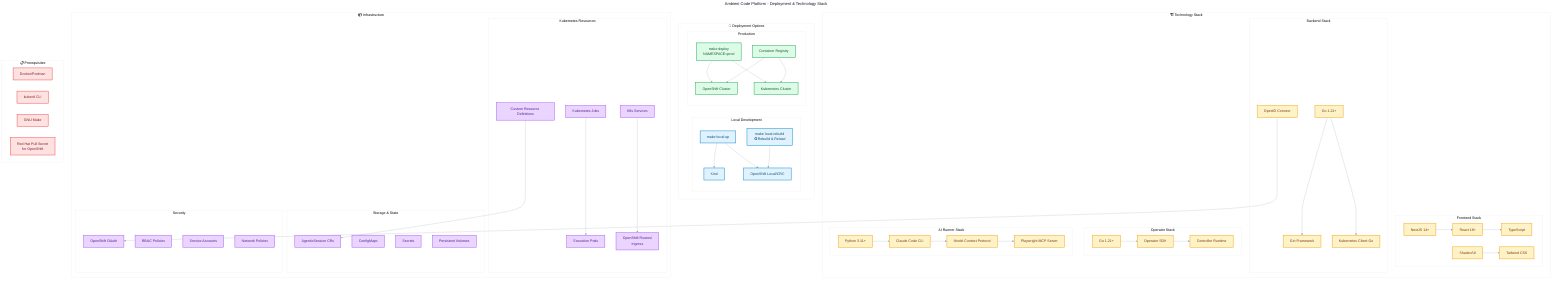
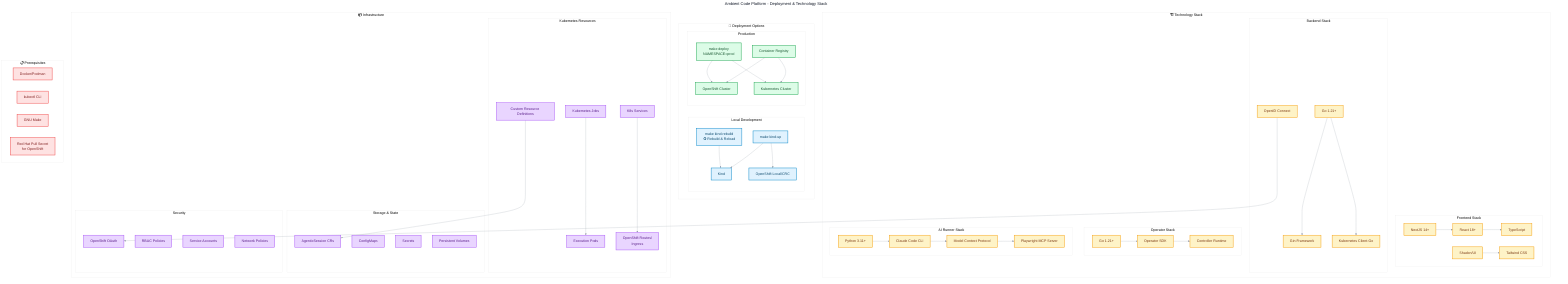
---
title: Ambient Code Platform - Deployment & Technology Stack
---

%%{init: {'theme':'base', 'themeVariables': { 'primaryColor': '#f3f4f6', 'primaryTextColor': '#111827', 'primaryBorderColor': '#d1d5db', 'lineColor': '#9ca3af'}}}%%

graph TD
    subgraph "🚀 Deployment Options"
        subgraph "Local Development"
            KIND[Kind]
            CRC[OpenShift Local/CRC]
-             LocalUp[make local-up]
-             LocalRebuild[make local-rebuild<br/>♻️ Rebuild & Reload]
+             KindUp[make kind-up]
+             KindRebuild[make kind-rebuild<br/>♻️ Rebuild & Reload]
        end

        subgraph "Production"
            OCP[OpenShift Cluster]
            K8sCluster[Kubernetes Cluster]
            Registry[Container Registry]
            ProdCmd[make deploy<br/>NAMESPACE=prod]
        end
    end

    subgraph "🏗️ Technology Stack"
        subgraph "Frontend Stack"
            Next[NextJS 14+]
            Shadcn[Shadcn/UI]
            TS1[TypeScript]
            React[React 18+]
            TW[Tailwind CSS]
        end

        subgraph "Backend Stack"
            Go1[Go 1.21+]
            Gin[Gin Framework]
            K8sClient[Kubernetes Client-Go]
            OIDC[OpenID Connect]
        end

        subgraph "Operator Stack"
            Go2[Go 1.21+]
            OperatorSDK[Operator SDK]
            Controller[Controller Runtime]
        end

        subgraph "AI Runner Stack"
            Python[Python 3.11+]
            Claude[Claude Code CLI]
            MCP[Model Context Protocol]
            Playwright[Playwright MCP Server]
        end
    end

    subgraph "📦 Infrastructure"
        subgraph "Kubernetes Resources"
            CRD[Custom Resource Definitions]
            Jobs[Kubernetes Jobs]
            Pods[Execution Pods]
            Services[K8s Services]
            Routes[OpenShift Routes/<br/>Ingress]
        end

        subgraph "Storage & State"
            CR2[AgenticSession CRs]
            ConfigMaps[ConfigMaps]
            Secrets[Secrets]
            PVC[Persistent Volumes]
        end

        subgraph "Security"
            OAuth[OpenShift OAuth]
            RBAC[RBAC Policies]
            SA[Service Accounts]
            NetPol[Network Policies]
        end
    end

    subgraph "📋 Prerequisites"
        Docker[Docker/Podman]
        Kubectl[kubectl CLI]
        Make[GNU Make]
        RedHatSecret["Red Hat Pull Secret<br/>for OpenShift"]
    end

    %% Relationships
-     LocalUp --> KIND
-     LocalUp --> CRC
-     LocalRebuild --> CRC
+     KindUp --> KIND
+     KindUp --> CRC
+     KindRebuild --> KIND
    ProdCmd --> OCP
    ProdCmd --> K8sCluster

    Registry --> OCP
    Registry --> K8sCluster

    Next --> React
    React --> TS1
    Shadcn --> TW

    Go1 --> Gin
    Go1 --> K8sClient
    OIDC --> OAuth

    Go2 --> OperatorSDK
    OperatorSDK --> Controller

    Python --> Claude
    Claude --> MCP
    MCP --> Playwright

    CRD --> CR2
    Jobs --> Pods
    Services --> Routes

    %% Styling
    classDef dev fill:#e0f2fe,stroke:#0284c7,stroke-width:2px,color:#0c4a6e
    classDef prod fill:#dcfce7,stroke:#16a34a,stroke-width:2px,color:#14532d
    classDef tech fill:#fef3c7,stroke:#f59e0b,stroke-width:2px,color:#78350f
    classDef infra fill:#e9d5ff,stroke:#a855f7,stroke-width:2px,color:#581c87
    classDef prereq fill:#fee2e2,stroke:#ef4444,stroke-width:2px,color:#7f1d1d

-     class KIND,CRC,LocalUp,LocalRebuild dev
+     class KIND,CRC,KindUp,KindRebuild dev
    class OCP,K8sCluster,Registry,ProdCmd prod
    class Next,Shadcn,TS1,React,TW,Go1,Gin,K8sClient,OIDC,Go2,OperatorSDK,Controller,Python,Claude,MCP,Playwright tech
    class CRD,Jobs,Pods,Services,Routes,CR2,ConfigMaps,Secrets,PVC,OAuth,RBAC,SA,NetPol infra
    class Docker,Kubectl,Make,RedHatSecret prereq
